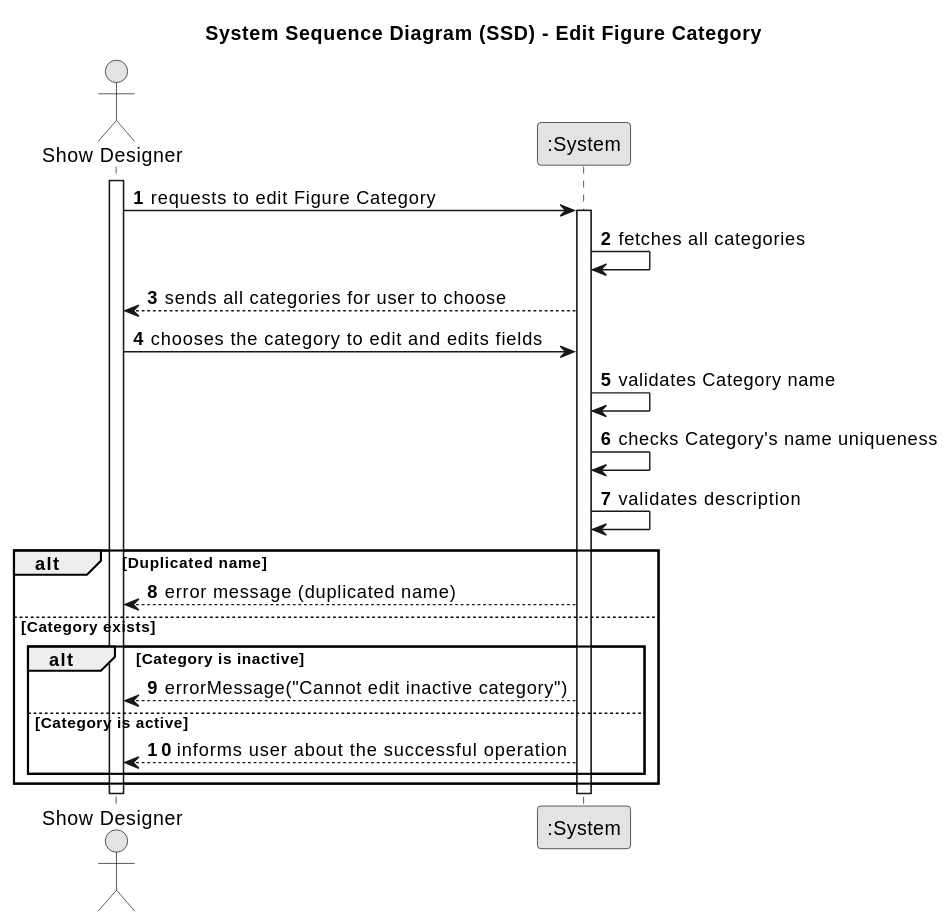
Earlier version of the PlantUML export docs/planning/sprint2/EAPLI/US246 - Edit figure category/01.requirements-engineering/svg/us246-system-sequence-diagram.svg (SAEmanuel/Shodrone_ISEP).
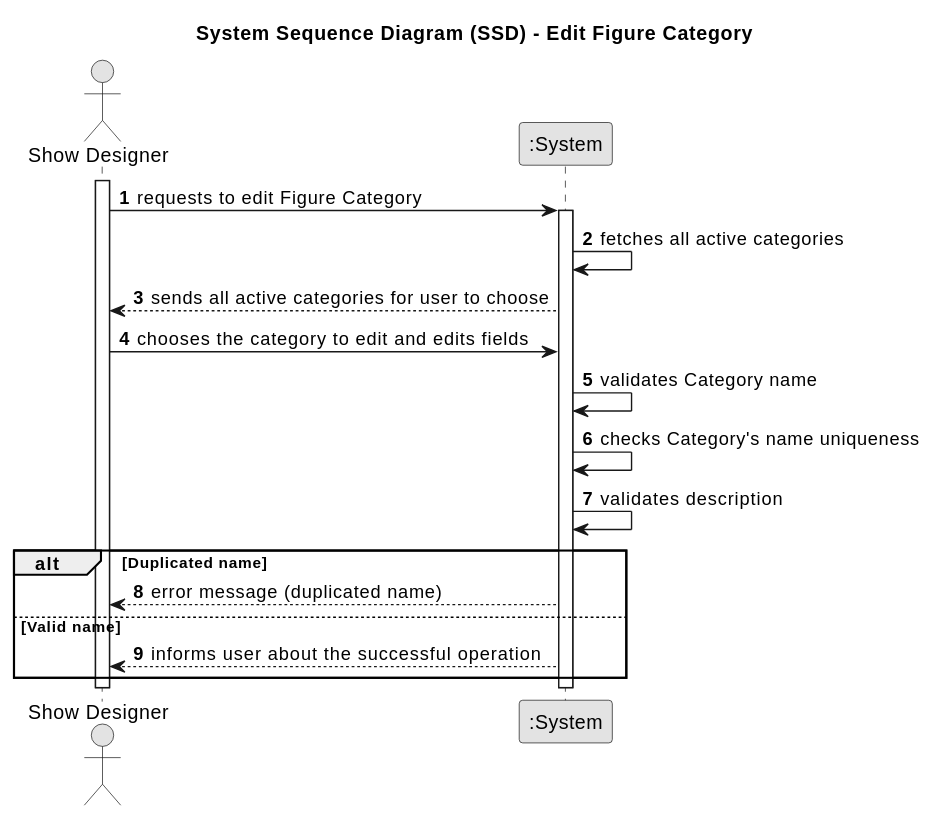
After the commit.

Diff of the diagram source:
```diff
@@ -14,8 +14,8 @@
 
 SD -> System: requests to edit Figure Category
 activate System
-System -> System: fetches all categories
-System --> SD: sends all categories for user to choose
+System -> System: fetches all active categories
+System --> SD: sends all active categories for user to choose
 SD -> System : chooses the category to edit and edits fields
 System -> System: validates Category name
 System -> System: checks Category's name uniqueness
@@ -23,14 +23,9 @@
 
 alt Duplicated name
  System --> SD: error message (duplicated name)
-else Category exists
+else Valid name
+ System --> SD: informs user about the successful operation
 
-    alt Category is inactive
-        System --> SD: errorMessage("Cannot edit inactive category")
-    else Category is active
-        System --> SD: informs user about the successful operation
-
-    end
 end
 
 deactivate System
```
